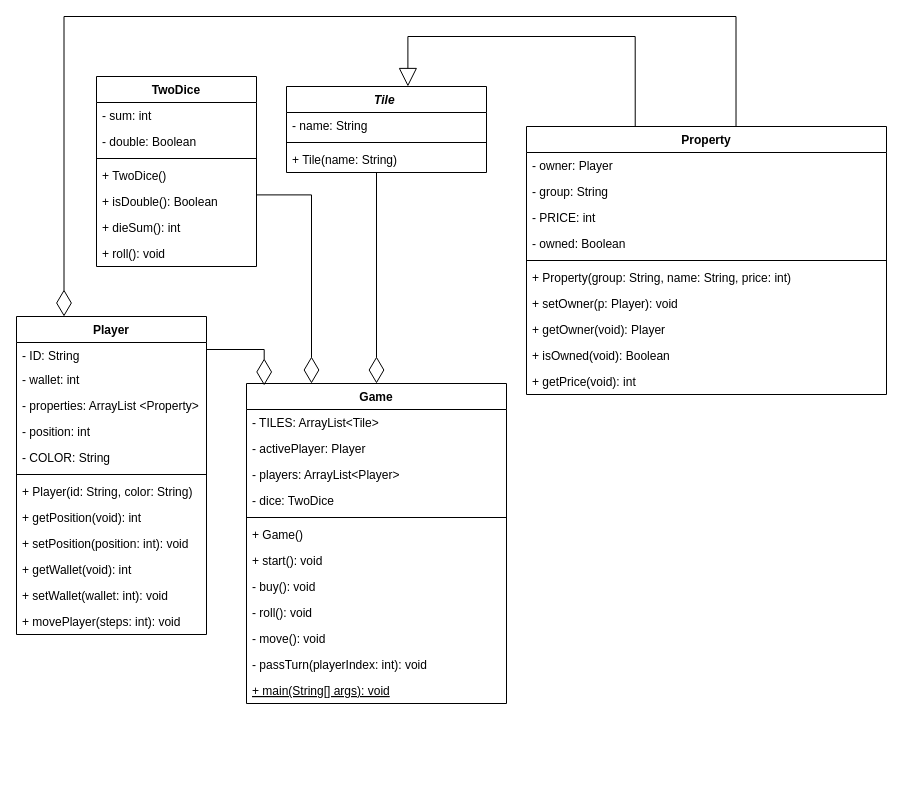
Before: MonoplyMilestone1.drawio in MiniEinsteinD/MonopolyGame, a draw.io diagram. Source tidied: cells renumbered, new cells numbered last; positions are measured from the earlier drawing's top-left corner, leaving out a move shared by most shapes. Both pictures are drawn from the tidied source at 100%, with x=0, y=0 at pixel (16, 16).
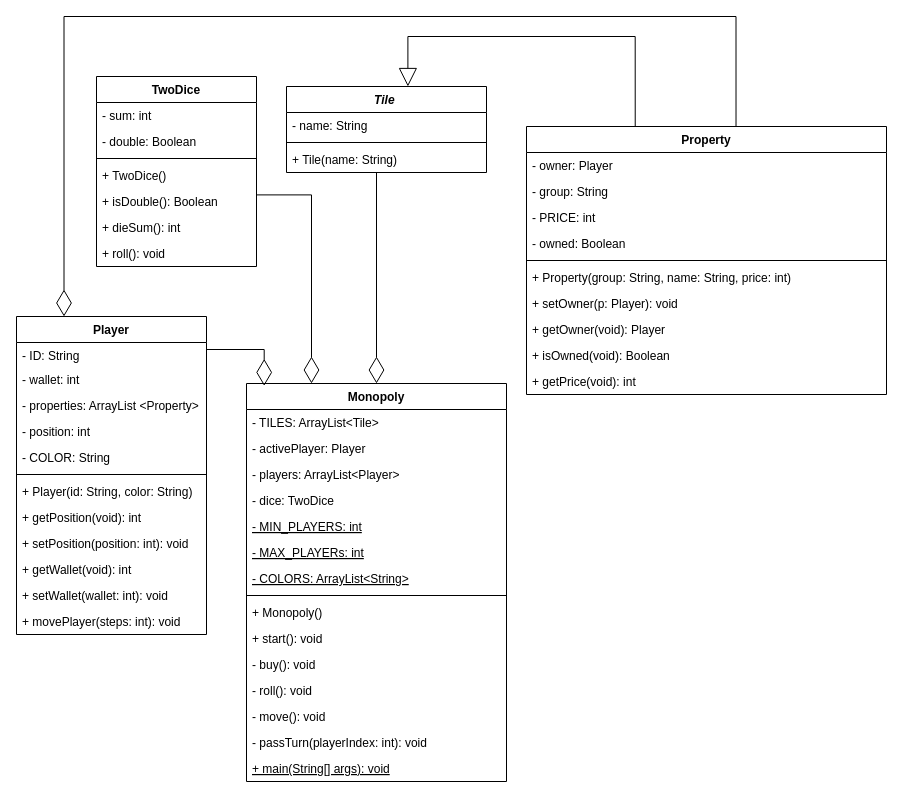
The same page after the edit.

Commit message (it also covers changes not shown here):
Monopoly set up code

- Changed Game class name to Monopoly.
- Wrote code to set up the Monopoly object's attributes.

What changed in the source:
```diff
@@
-    <mxCell id="30" value="Game" style="swimlane;fontStyle=1;align=center;verticalAlign=top;horizontal=1;startSize=26;" parent="1" vertex="1">
-      <mxGeometry x="230" y="367" width="260" height="320" as="geometry" />
+    <mxCell id="30" value="Monopoly" style="swimlane;fontStyle=1;align=center;verticalAlign=top;horizontal=1;startSize=26;" parent="1" vertex="1">
+      <mxGeometry x="230" y="367" width="260" height="398" as="geometry" />
     </mxCell>
@@
+    <mxCell id="56" value="- MIN_PLAYERS: int" style="text;strokeColor=none;fillColor=none;align=left;verticalAlign=top;spacingLeft=4;spacingRight=4;overflow=hidden;fontStyle=4;" parent="30" vertex="1">
+      <mxGeometry y="130" width="260" height="26" as="geometry" />
+    </mxCell>
+    <mxCell id="57" value="- MAX_PLAYERs: int" style="text;strokeColor=none;fillColor=none;align=left;verticalAlign=top;spacingLeft=4;spacingRight=4;overflow=hidden;fontStyle=4;" parent="30" vertex="1">
+      <mxGeometry y="156" width="260" height="26" as="geometry" />
+    </mxCell>
+    <mxCell id="58" value="- COLORS: ArrayList&lt;String&gt;" style="text;strokeColor=none;fillColor=none;align=left;verticalAlign=top;spacingLeft=4;spacingRight=4;overflow=hidden;fontStyle=4;" parent="30" vertex="1">
+      <mxGeometry y="182" width="260" height="26" as="geometry" />
+    </mxCell>
     <mxCell id="35" style="line;strokeWidth=1;fillColor=none;align=left;verticalAlign=middle;spacingTop=-1;spacingLeft=3;spacingRight=3;labelPosition=right;" parent="30" vertex="1">
-      <mxGeometry y="130" width="260" height="8" as="geometry" />
+      <mxGeometry y="208" width="260" height="8" as="geometry" />
     </mxCell>
-    <mxCell id="36" value="+ Game()" style="text;strokeColor=none;fillColor=none;align=left;verticalAlign=top;spacingLeft=4;spacingRight=4;overflow=hidden;" parent="30" vertex="1">
-      <mxGeometry y="138" width="260" height="26" as="geometry" />
+    <mxCell id="36" value="+ Monopoly()" style="text;strokeColor=none;fillColor=none;align=left;verticalAlign=top;spacingLeft=4;spacingRight=4;overflow=hidden;" parent="30" vertex="1">
+      <mxGeometry y="216" width="260" height="26" as="geometry" />
     </mxCell>
     <mxCell id="37" value="+ start(): void" style="text;strokeColor=none;fillColor=none;align=left;verticalAlign=top;spacingLeft=4;spacingRight=4;overflow=hidden;" parent="30" vertex="1">
-      <mxGeometry y="164" width="260" height="26" as="geometry" />
+      <mxGeometry y="242" width="260" height="26" as="geometry" />
     </mxCell>
     <mxCell id="38" value="- buy(): void" style="text;strokeColor=none;fillColor=none;align=left;verticalAlign=top;spacingLeft=4;spacingRight=4;overflow=hidden;" parent="30" vertex="1">
-      <mxGeometry y="190" width="260" height="26" as="geometry" />
+      <mxGeometry y="268" width="260" height="26" as="geometry" />
     </mxCell>
     <mxCell id="39" value="- roll(): void " style="text;strokeColor=none;fillColor=none;align=left;verticalAlign=top;spacingLeft=4;spacingRight=4;overflow=hidden;" parent="30" vertex="1">
-      <mxGeometry y="216" width="260" height="26" as="geometry" />
+      <mxGeometry y="294" width="260" height="26" as="geometry" />
     </mxCell>
     <mxCell id="40" value="- move(): void" style="text;strokeColor=none;fillColor=none;align=left;verticalAlign=top;spacingLeft=4;spacingRight=4;overflow=hidden;" parent="30" vertex="1">
-      <mxGeometry y="242" width="260" height="26" as="geometry" />
+      <mxGeometry y="320" width="260" height="26" as="geometry" />
     </mxCell>
     <mxCell id="41" value="- passTurn(playerIndex: int): void " style="text;strokeColor=none;fillColor=none;align=left;verticalAlign=top;spacingLeft=4;spacingRight=4;overflow=hidden;" parent="30" vertex="1">
-      <mxGeometry y="268" width="260" height="26" as="geometry" />
+      <mxGeometry y="346" width="260" height="26" as="geometry" />
     </mxCell>
     <mxCell id="42" value="+ main(String[] args): void" style="text;strokeColor=none;fillColor=none;align=left;verticalAlign=top;spacingLeft=4;spacingRight=4;overflow=hidden;fontStyle=4;" parent="30" vertex="1">
-      <mxGeometry y="294" width="260" height="26" as="geometry" />
+      <mxGeometry y="372" width="260" height="26" as="geometry" />
     </mxCell>
```
